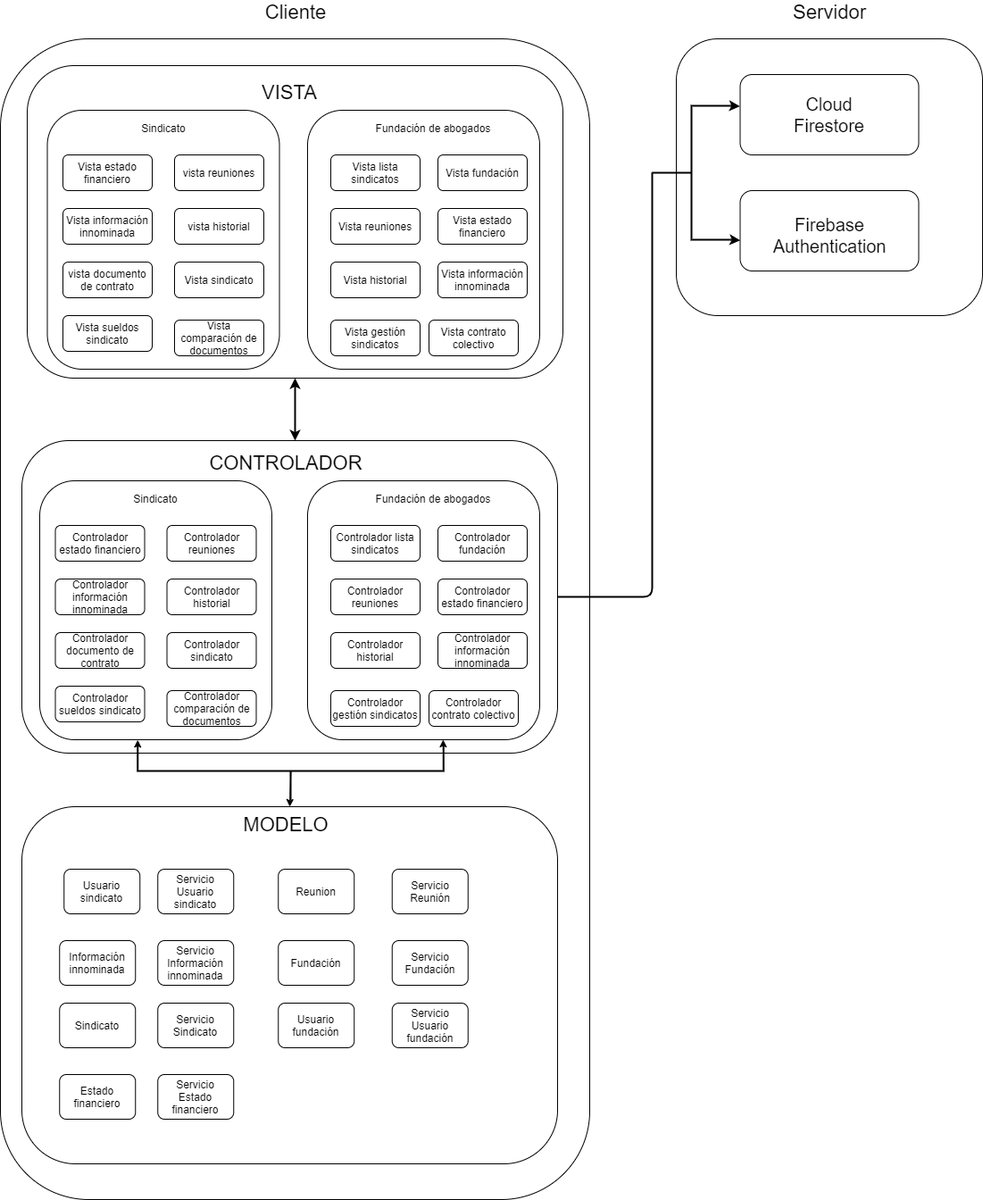
The draw.io diagram Capturas documento/arquitectura logica.png in Jnfco/MemoriaNColectiva, before a commit. Source tidied: cells renumbered, new cells last; positions are measured from the earlier drawing's top-left corner, leaving out a move shared by most shapes.
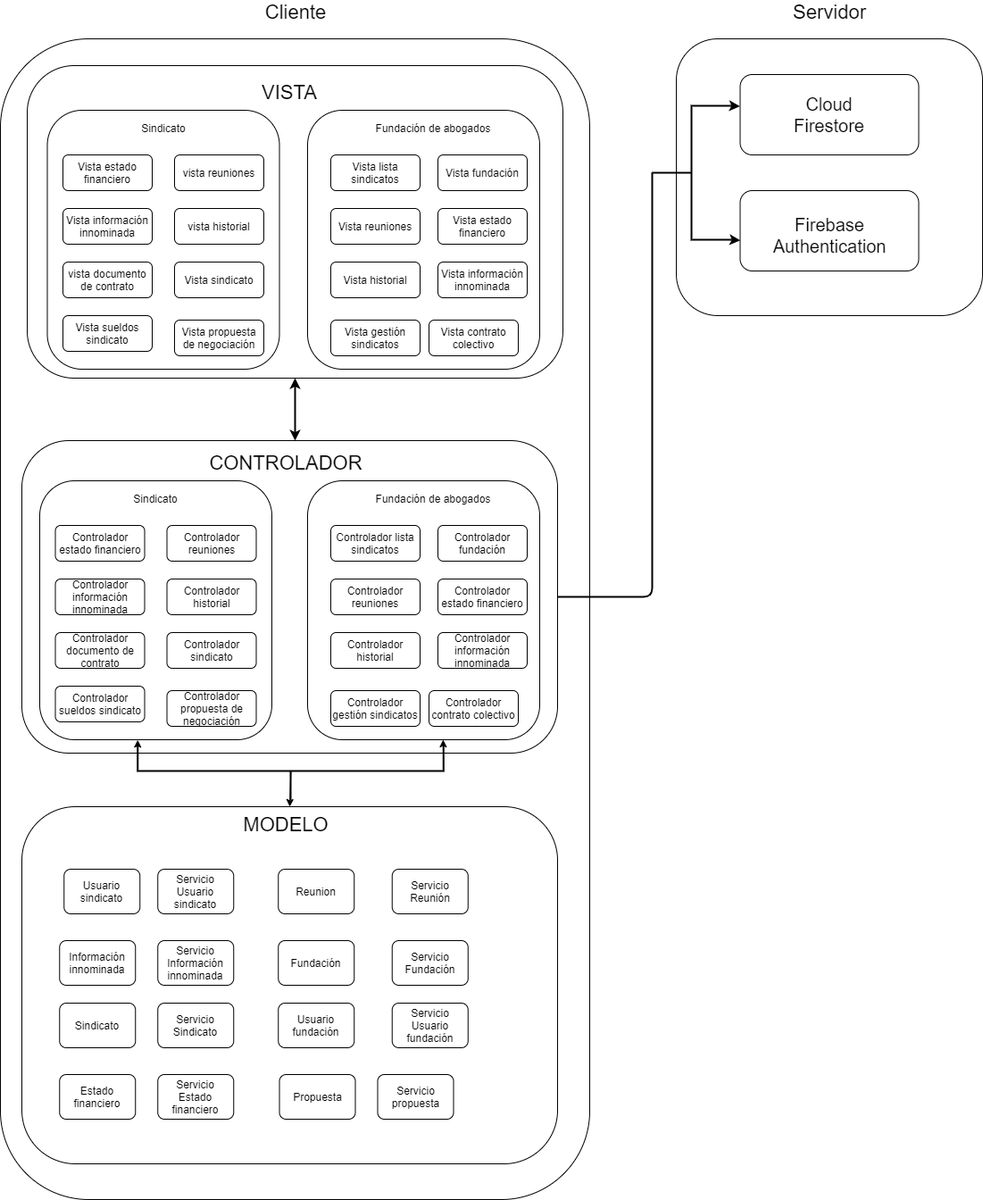
After the change.

Diff of the diagram source:
```diff
@@ -95,7 +95,7 @@
     <mxCell id="32" value="Vista sueldos sindicato" style="rounded=1;whiteSpace=wrap;html=1;" parent="23" vertex="1">
       <mxGeometry x="17.5" y="230" width="100" height="40" as="geometry" />
     </mxCell>
-    <mxCell id="33" value="Vista comparación de documentos" style="rounded=1;whiteSpace=wrap;html=1;" parent="23" vertex="1">
+    <mxCell id="33" value="Vista propuesta de negociación" style="rounded=1;whiteSpace=wrap;html=1;" parent="23" vertex="1">
       <mxGeometry x="142.5" y="235" width="100" height="40" as="geometry" />
     </mxCell>
     <mxCell id="34" value="Sindicato" style="text;html=1;strokeColor=none;fillColor=none;align=center;verticalAlign=middle;whiteSpace=wrap;rounded=0;" parent="23" vertex="1">
@@ -131,7 +131,7 @@
     <mxCell id="44" value="Controlador sueldos sindicato" style="rounded=1;whiteSpace=wrap;html=1;" parent="35" vertex="1">
       <mxGeometry x="17.5" y="230" width="100" height="40" as="geometry" />
     </mxCell>
-    <mxCell id="45" value="Controlador comparación de documentos" style="rounded=1;whiteSpace=wrap;html=1;" parent="35" vertex="1">
+    <mxCell id="45" value="Controlador propuesta de negociación" style="rounded=1;whiteSpace=wrap;html=1;" parent="35" vertex="1">
       <mxGeometry x="142.5" y="235" width="100" height="40" as="geometry" />
     </mxCell>
     <mxCell id="46" value="Sindicato" style="text;html=1;strokeColor=none;fillColor=none;align=center;verticalAlign=middle;whiteSpace=wrap;rounded=0;" parent="35" vertex="1">
@@ -255,5 +255,11 @@
     <mxCell id="83" style="endArrow=classic;html=1;strokeWidth=2;fontSize=20;exitX=1;exitY=1;exitDx=0;exitDy=0;exitPerimeter=0;entryX=0.001;entryY=0.619;entryDx=0;entryDy=0;entryPerimeter=0;" parent="1" edge="1" source="80" target="8">
       <mxGeometry relative="1" as="geometry" />
     </mxCell>
+    <mxCell id="84" value="Propuesta" style="rounded=1;whiteSpace=wrap;html=1;" parent="1" vertex="1">
+      <mxGeometry x="312.5" y="1200" width="85" height="50" as="geometry" />
+    </mxCell>
+    <mxCell id="85" value="Servicio propuesta" style="rounded=1;whiteSpace=wrap;html=1;" parent="1" vertex="1">
+      <mxGeometry x="422.5" y="1200" width="85" height="50" as="geometry" />
+    </mxCell>
   </root>
 </mxGraphModel>
```
